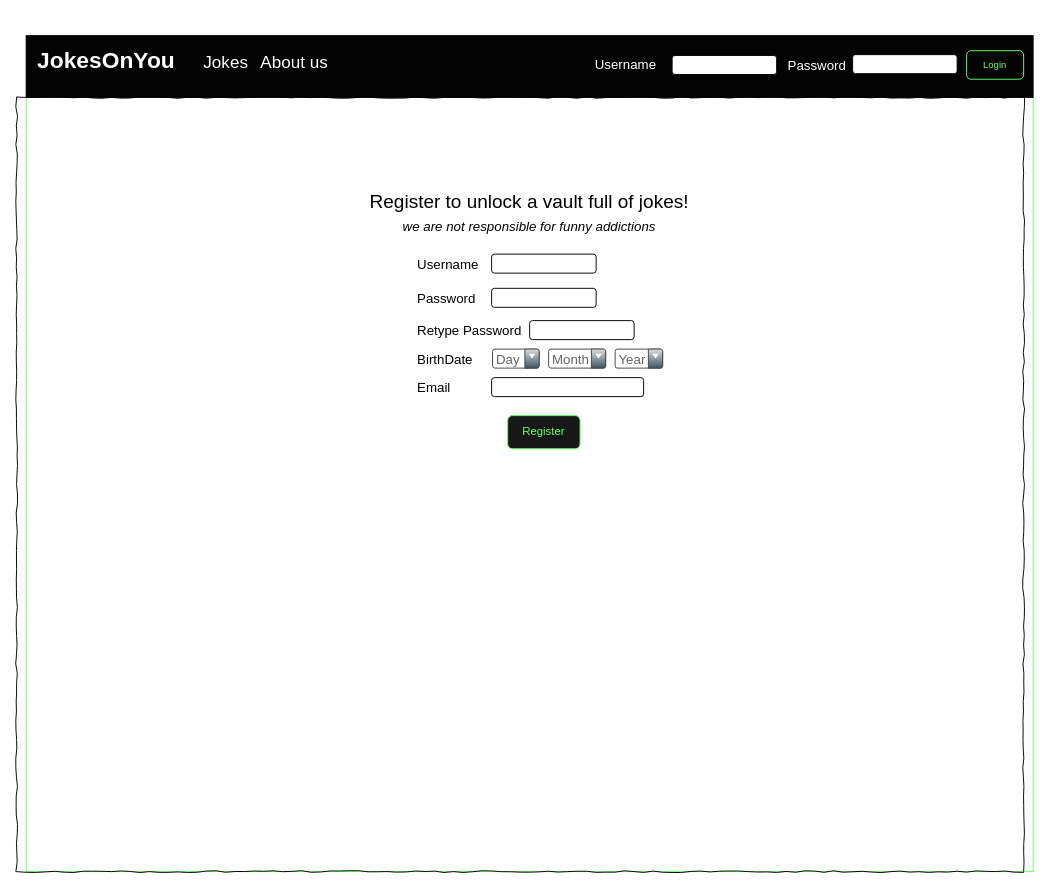
Code2Gether-Discord/JokesOnYou keeps this draw.io diagram as page "start" (1 of 4) of Docs/Wireframes/jokesonyou.drawio. Above is the earlier version. Source tidied: cells renumbered, new cells numbered last; positions are measured from the earlier drawing's top-left corner, leaving out a move shared by most shapes. Both pictures are drawn from the tidied source at 95%, with x=0, y=0 at pixel (16, 35).
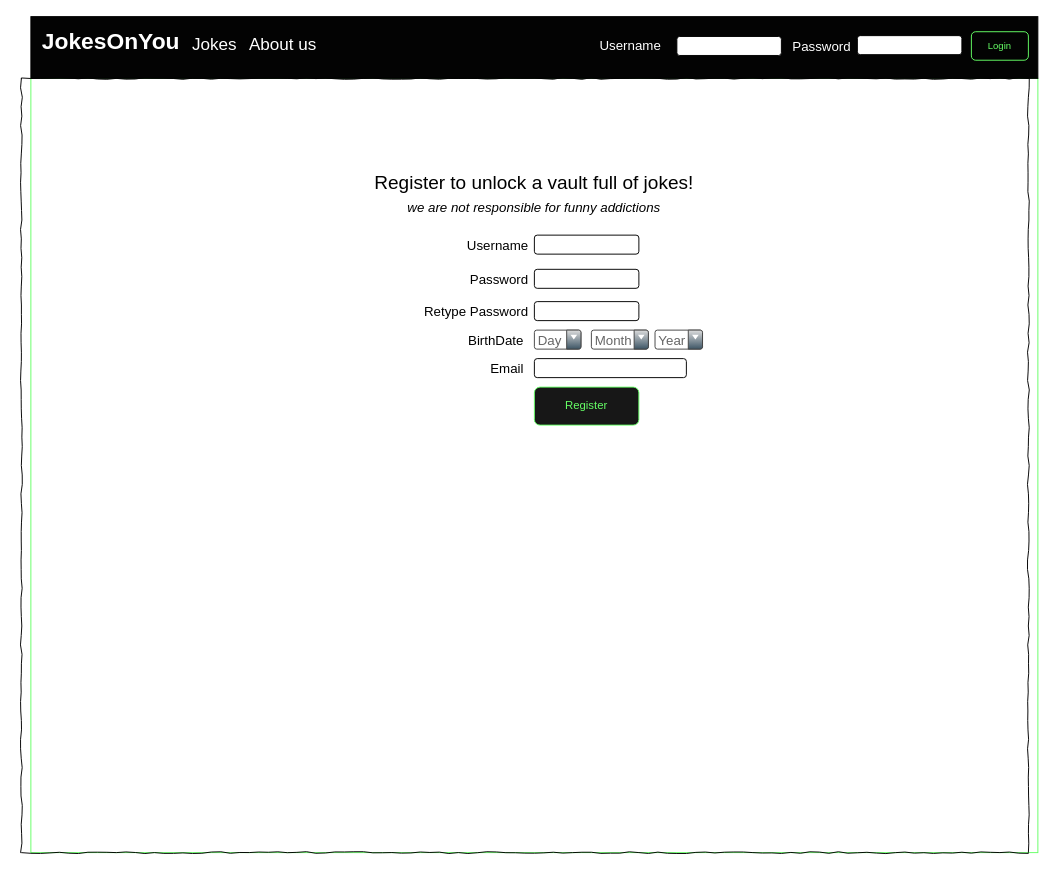
Above is the later version.

Commit message (it also covers changes not shown here):
Edited a few of the wireframe pages to make the fields line up. Gave the jokes page a shot. failed

Change to the diagram source:
```diff
@@
     <mxCell id="2" style="rounded=0;whiteSpace=wrap;html=1;strokeColor=#66FF66;fontFamily=Helvetica;fontSize=24;fontColor=#000000;fillColor=#FFFFFF;" parent="1" vertex="1">
-      <mxGeometry x="10" y="65" width="1060" height="815" as="geometry" />
+      <mxGeometry x="15" y="45" width="1060" height="815" as="geometry" />
     </mxCell>
     <mxCell id="3" style="whiteSpace=wrap;html=1;rounded=0;shadow=0;labelBackgroundColor=none;strokeWidth=1;fontFamily=Verdana;fontSize=12;fontColor=#000000;align=center;comic=1;fillColor=none;" parent="1" vertex="1">
-      <mxGeometry y="65" width="1060" height="815" as="geometry" />
+      <mxGeometry x="5" y="45" width="1060" height="815" as="geometry" />
     </mxCell>
     <mxCell id="4" style="rounded=0;whiteSpace=wrap;html=1;fontSize=24;fillColor=#030303;" parent="1" vertex="1">
-      <mxGeometry x="10" width="1060" height="65" as="geometry" />
+      <mxGeometry x="15" y="-20" width="1060" height="65" as="geometry" />
     </mxCell>
-    <mxCell id="5" value="&lt;font color=&quot;#ffffff&quot; style=&quot;font-size: 18px&quot;&gt;Jokes&lt;/font&gt;" style="text;html=1;align=left;verticalAlign=top;spacingTop=-4;fontSize=14;fontFamily=Helvetica;" parent="1" vertex="1">
-      <mxGeometry x="195" y="15.9" width="60" height="20" as="geometry" />
-    </mxCell>
-    <mxCell id="6" value="&lt;font color=&quot;#ffffff&quot;&gt;&lt;b&gt;JokesOnYou&lt;/b&gt;&lt;/font&gt;" style="text;html=1;align=left;verticalAlign=top;spacingTop=-4;fontSize=24;fontFamily=Helvetica;fontStyle=0;" parent="1" vertex="1">
-      <mxGeometry x="20" y="10" width="60" height="20" as="geometry" />
-    </mxCell>
     <mxCell id="7" value="&lt;font face=&quot;Helvetica&quot;&gt;&lt;font style=&quot;font-size: 20px&quot;&gt;&lt;font style=&quot;font-size: 20px&quot;&gt;Register to unlock a vault full of jokes!&lt;/font&gt;&lt;br&gt;&lt;div style=&quot;text-align: center&quot;&gt;&lt;i style=&quot;font-size: 14px&quot;&gt;we are not responsible for funny addictions&lt;/i&gt;&lt;/div&gt;&lt;/font&gt;&lt;/font&gt;" style="text;html=1;align=left;verticalAlign=top;spacingTop=-4;fontSize=14;fontFamily=Verdana;" parent="1" vertex="1">
-      <mxGeometry x="370" y="160" width="60" height="20" as="geometry" />
+      <mxGeometry x="375" y="140" width="60" height="20" as="geometry" />
     </mxCell>
     <mxCell id="8" value="&lt;font color=&quot;#ffffff&quot;&gt;Username&lt;/font&gt;" style="text;html=1;align=left;verticalAlign=top;spacingTop=-4;fontSize=14;fontFamily=Helvetica;" parent="1" vertex="1">
-      <mxGeometry x="607" y="20" width="60" height="20" as="geometry" />
+      <mxGeometry x="612" width="60" height="20" as="geometry" />
     </mxCell>
     <mxCell id="9" value="&lt;font color=&quot;#ffffff&quot;&gt;Password&lt;/font&gt;" style="text;html=1;align=left;verticalAlign=top;spacingTop=-4;fontSize=14;fontFamily=Helvetica;" parent="1" vertex="1">
-      <mxGeometry x="810" y="20.9" width="60" height="20" as="geometry" />
+      <mxGeometry x="815" y="0.9" width="60" height="20" as="geometry" />
     </mxCell>
     <mxCell id="10" style="rounded=1;whiteSpace=wrap;html=1;fontSize=24;" parent="1" vertex="1">
-      <mxGeometry x="690" y="20.9" width="110" height="20" as="geometry" />
+      <mxGeometry x="695" y="0.9" width="110" height="20" as="geometry" />
     </mxCell>
     <mxCell id="11" style="rounded=1;whiteSpace=wrap;html=1;fontSize=24;" parent="1" vertex="1">
-      <mxGeometry x="880" y="20" width="110" height="20" as="geometry" />
+      <mxGeometry x="885" width="110" height="20" as="geometry" />
     </mxCell>
     <mxCell id="12" value="&lt;font color=&quot;#66ff66&quot;&gt;Login&lt;/font&gt;" style="rounded=1;html=1;shadow=0;dashed=0;whiteSpace=wrap;fontSize=10;align=center;strokeColor=#66FF66;fillColor=none;" parent="1" vertex="1">
-      <mxGeometry x="1000" y="15.9" width="60" height="30" as="geometry" />
+      <mxGeometry x="1005" y="-4.1" width="60" height="30" as="geometry" />
     </mxCell>
     <mxCell id="13" value="&lt;font color=&quot;#66ff66&quot; style=&quot;font-size: 12px&quot;&gt;Register&lt;/font&gt;" style="rounded=1;html=1;shadow=0;dashed=0;whiteSpace=wrap;fontSize=10;align=center;strokeColor=#66FF66;fillColor=#171717;" parent="1" vertex="1">
-      <mxGeometry x="516.9" y="400" width="76.2" height="34.9" as="geometry" />
+      <mxGeometry x="545" y="370" width="110" height="40" as="geometry" />
     </mxCell>
-    <mxCell id="14" value="&lt;font&gt;Username&lt;/font&gt;" style="text;html=1;align=left;verticalAlign=top;spacingTop=-4;fontSize=14;fontFamily=Helvetica;" parent="1" vertex="1">
-      <mxGeometry x="420" y="230" width="60" height="20" as="geometry" />
+    <mxCell id="14" value="&lt;font&gt;Username&lt;/font&gt;" style="text;html=1;align=right;verticalAlign=top;spacingTop=-4;fontSize=14;fontFamily=Helvetica;" parent="1" vertex="1">
+      <mxGeometry x="460" y="210" width="80" height="20" as="geometry" />
     </mxCell>
     <mxCell id="15" style="rounded=1;whiteSpace=wrap;html=1;fontSize=24;" parent="1" vertex="1">
-      <mxGeometry x="500" y="230" width="110" height="20" as="geometry" />
+      <mxGeometry x="545" y="210" width="110" height="20" as="geometry" />
     </mxCell>
-    <mxCell id="16" value="&lt;font&gt;Password&lt;/font&gt;" style="text;html=1;align=left;verticalAlign=top;spacingTop=-4;fontSize=14;fontFamily=Helvetica;" parent="1" vertex="1">
-      <mxGeometry x="420" y="266" width="60" height="20" as="geometry" />
+    <mxCell id="16" value="&lt;font&gt;Password&lt;/font&gt;" style="text;html=1;align=right;verticalAlign=top;spacingTop=-4;fontSize=14;fontFamily=Helvetica;" parent="1" vertex="1">
+      <mxGeometry x="460" y="246" width="80" height="20" as="geometry" />
     </mxCell>
     <mxCell id="17" style="rounded=1;whiteSpace=wrap;html=1;fontSize=24;" parent="1" vertex="1">
-      <mxGeometry x="500" y="266" width="110" height="20" as="geometry" />
+      <mxGeometry x="545" y="246" width="110" height="20" as="geometry" />
     </mxCell>
-    <mxCell id="18" value="&lt;font color=&quot;#ffffff&quot; style=&quot;font-size: 18px&quot;&gt;About us&lt;/font&gt;" style="text;html=1;align=left;verticalAlign=top;spacingTop=-4;fontSize=14;fontFamily=Helvetica;" parent="1" vertex="1">
-      <mxGeometry x="255" y="15.9" width="60" height="20" as="geometry" />
-    </mxCell>
-    <mxCell id="19" value="&lt;font&gt;Email&lt;/font&gt;" style="text;html=1;align=left;verticalAlign=top;spacingTop=-4;fontSize=14;fontFamily=Helvetica;" parent="1" vertex="1">
-      <mxGeometry x="420" y="360" width="60" height="20" as="geometry" />
+    <mxCell id="19" value="&lt;font&gt;Email&lt;/font&gt;" style="text;html=1;align=right;verticalAlign=top;spacingTop=-4;fontSize=14;fontFamily=Helvetica;" parent="1" vertex="1">
+      <mxGeometry x="485" y="340" width="50" height="20" as="geometry" />
     </mxCell>
     <mxCell id="20" style="rounded=1;whiteSpace=wrap;html=1;fontSize=24;" parent="1" vertex="1">
-      <mxGeometry x="500" y="360" width="160" height="20" as="geometry" />
+      <mxGeometry x="545" y="340" width="160" height="20" as="geometry" />
     </mxCell>
-    <mxCell id="21" value="&lt;font&gt;BirthDate&lt;/font&gt;" style="text;html=1;align=left;verticalAlign=top;spacingTop=-4;fontSize=14;fontFamily=Helvetica;" parent="1" vertex="1">
-      <mxGeometry x="420" y="330" width="60" height="20" as="geometry" />
+    <mxCell id="21" value="&lt;font&gt;BirthDate&lt;/font&gt;" style="text;html=1;align=right;verticalAlign=top;spacingTop=-4;fontSize=14;fontFamily=Helvetica;" parent="1" vertex="1">
+      <mxGeometry x="465" y="310" width="70" height="20" as="geometry" />
     </mxCell>
     <mxCell id="22" style="rounded=1;whiteSpace=wrap;html=1;fontSize=24;" parent="1" vertex="1">
-      <mxGeometry x="540" y="300" width="110" height="20" as="geometry" />
+      <mxGeometry x="545" y="280" width="110" height="20" as="geometry" />
     </mxCell>
-    <mxCell id="23" value="&lt;font&gt;Retype Password&lt;/font&gt;" style="text;html=1;align=left;verticalAlign=top;spacingTop=-4;fontSize=14;fontFamily=Helvetica;" parent="1" vertex="1">
-      <mxGeometry x="420" y="300" width="60" height="20" as="geometry" />
+    <mxCell id="23" value="&lt;font&gt;Retype Password&lt;/font&gt;" style="text;html=1;align=right;verticalAlign=top;spacingTop=-4;fontSize=14;fontFamily=Helvetica;" parent="1" vertex="1">
+      <mxGeometry x="410" y="280" width="130" height="20" as="geometry" />
     </mxCell>
     <mxCell id="24" value="&lt;font style=&quot;font-size: 14px&quot;&gt;Day&lt;/font&gt;" style="strokeWidth=1;html=1;shadow=0;dashed=0;shape=mxgraph.ios.iComboBox;spacingTop=2;spacingLeft=2;align=left;strokeColor=#444444;fontColor=#666666;buttonText=;fontSize=8;fillColor=#dddddd;fillColor2=#3D5565;" parent="1" vertex="1">
-      <mxGeometry x="501" y="330" width="49" height="20" as="geometry" />
+      <mxGeometry x="545" y="310" width="49" height="20" as="geometry" />
     </mxCell>
     <mxCell id="25" value="&lt;font style=&quot;font-size: 14px&quot;&gt;Month&lt;/font&gt;" style="strokeWidth=1;html=1;shadow=0;dashed=0;shape=mxgraph.ios.iComboBox;spacingTop=2;spacingLeft=2;align=left;strokeColor=#444444;fontColor=#666666;buttonText=;fontSize=8;fillColor=#dddddd;fillColor2=#3D5565;" parent="1" vertex="1">
-      <mxGeometry x="560" y="330" width="60" height="20" as="geometry" />
+      <mxGeometry x="605" y="310" width="60" height="20" as="geometry" />
     </mxCell>
     <mxCell id="26" value="&lt;font style=&quot;font-size: 14px&quot;&gt;Year&lt;/font&gt;" style="strokeWidth=1;html=1;shadow=0;dashed=0;shape=mxgraph.ios.iComboBox;spacingTop=2;spacingLeft=2;align=left;strokeColor=#444444;fontColor=#666666;buttonText=;fontSize=8;fillColor=#dddddd;fillColor2=#3D5565;" parent="1" vertex="1">
-      <mxGeometry x="630" y="330" width="50" height="20" as="geometry" />
+      <mxGeometry x="672" y="310" width="50" height="20" as="geometry" />
     </mxCell>
+    <mxCell id="5" value="&lt;font style=&quot;font-size: 18px&quot; color=&quot;#ffffff&quot;&gt;Jokes&lt;/font&gt;" style="text;html=1;align=left;verticalAlign=middle;spacingTop=0;fontSize=14;fontFamily=Helvetica;spacing=0;" parent="1" vertex="1">
+      <mxGeometry x="185" width="60" height="20" as="geometry" />
+    </mxCell>
+    <mxCell id="6" value="&lt;font color=&quot;#ffffff&quot;&gt;&lt;b&gt;JokesOnYou&lt;/b&gt;&lt;/font&gt;" style="text;html=1;align=left;verticalAlign=top;spacingTop=-4;fontSize=24;fontFamily=Helvetica;fontStyle=0;" parent="1" vertex="1">
+      <mxGeometry x="25" y="-10" width="160" height="30" as="geometry" />
+    </mxCell>
+    <mxCell id="18" value="&lt;font color=&quot;#ffffff&quot; style=&quot;font-size: 18px&quot;&gt;About us&lt;/font&gt;" style="text;html=1;align=left;verticalAlign=middle;spacingTop=0;fontSize=14;fontFamily=Helvetica;spacing=0;" parent="1" vertex="1">
+      <mxGeometry x="245" width="90" height="20" as="geometry" />
+    </mxCell>
```
